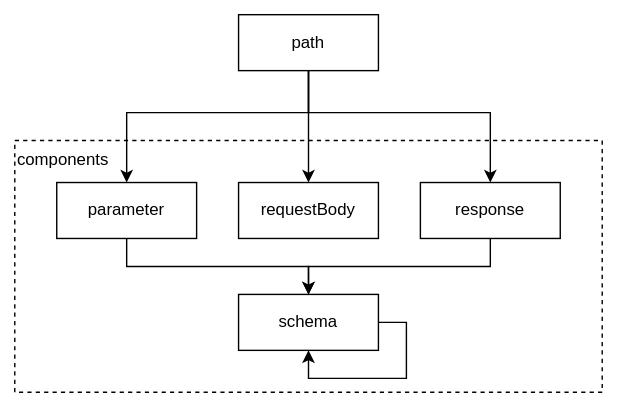
Before: .gitbook/assets/b19ecbe3-ea60-45e6-80f1-42021243d8dd.drawio.svg, a diagram exported from draw.io (perrychan1/notebook). Source tidied: cells renumbered, new cells last; positions are measured from the earlier drawing's top-left corner, leaving out a move shared by most shapes. The source it was exported from:
```xml
<mxGraphModel>
  <root>
    <mxCell id="0" />
    <mxCell id="1" parent="0" />
    <mxCell id="2" style="rounded=0;whiteSpace=wrap;html=1;dashed=1;align=center;strokeColor=none;" parent="1" vertex="1">
      <mxGeometry width="440" height="290" as="geometry" />
    </mxCell>
    <mxCell id="3" value="components&amp;nbsp;" style="rounded=0;whiteSpace=wrap;html=1;align=left;verticalAlign=top;fillColor=none;dashed=1;" parent="1" vertex="1">
      <mxGeometry x="10" y="100" width="420" height="180" as="geometry" />
    </mxCell>
    <mxCell id="4" style="edgeStyle=orthogonalEdgeStyle;rounded=0;jettySize=auto;html=1;entryX=0.5;entryY=0;entryDx=0;entryDy=0;" parent="1" edge="1" source="5" target="13">
      <mxGeometry relative="1" as="geometry">
        <Array as="points">
          <mxPoint x="90" y="190" />
          <mxPoint x="220" y="190" />
        </Array>
      </mxGeometry>
    </mxCell>
    <mxCell id="5" value="parameter" style="rounded=0;whiteSpace=wrap;html=1;" parent="1" vertex="1">
      <mxGeometry x="40" y="130" width="100" height="40" as="geometry" />
    </mxCell>
    <mxCell id="6" style="edgeStyle=orthogonalEdgeStyle;rounded=0;jettySize=auto;html=1;entryX=0.5;entryY=0;entryDx=0;entryDy=0;" parent="1" edge="1" source="7" target="13">
      <mxGeometry relative="1" as="geometry">
        <Array as="points">
          <mxPoint x="350" y="190" />
          <mxPoint x="220" y="190" />
        </Array>
      </mxGeometry>
    </mxCell>
    <mxCell id="7" value="response" style="rounded=0;whiteSpace=wrap;html=1;" parent="1" vertex="1">
      <mxGeometry x="300" y="130" width="100" height="40" as="geometry" />
    </mxCell>
    <mxCell id="8" value="requestBody" style="rounded=0;whiteSpace=wrap;html=1;" parent="1" vertex="1">
      <mxGeometry x="170" y="130" width="100" height="40" as="geometry" />
    </mxCell>
    <mxCell id="9" style="edgeStyle=orthogonalEdgeStyle;rounded=0;jettySize=auto;html=1;entryX=0.5;entryY=0;entryDx=0;entryDy=0;" parent="1" edge="1" source="12" target="5">
      <mxGeometry relative="1" as="geometry">
        <Array as="points">
          <mxPoint x="220" y="80" />
          <mxPoint x="90" y="80" />
        </Array>
      </mxGeometry>
    </mxCell>
    <mxCell id="10" style="edgeStyle=orthogonalEdgeStyle;rounded=0;jettySize=auto;html=1;entryX=0.5;entryY=0;entryDx=0;entryDy=0;" parent="1" edge="1" source="12" target="8">
      <mxGeometry relative="1" as="geometry" />
    </mxCell>
    <mxCell id="11" style="edgeStyle=orthogonalEdgeStyle;rounded=0;jettySize=auto;html=1;entryX=0.5;entryY=0;entryDx=0;entryDy=0;" parent="1" edge="1" source="12" target="7">
      <mxGeometry relative="1" as="geometry">
        <Array as="points">
          <mxPoint x="220" y="80" />
          <mxPoint x="350" y="80" />
        </Array>
      </mxGeometry>
    </mxCell>
    <mxCell id="12" value="path" style="rounded=0;whiteSpace=wrap;html=1;" parent="1" vertex="1">
      <mxGeometry x="170" y="10" width="100" height="40" as="geometry" />
    </mxCell>
    <mxCell id="13" value="schema" style="rounded=0;whiteSpace=wrap;html=1;" parent="1" vertex="1">
      <mxGeometry x="170" y="210" width="100" height="40" as="geometry" />
    </mxCell>
    <mxCell id="14" style="edgeStyle=orthogonalEdgeStyle;rounded=0;orthogonalLoop=1;jettySize=auto;html=1;entryX=0.5;entryY=1;entryDx=0;entryDy=0;exitX=1;exitY=0.5;exitDx=0;exitDy=0;" parent="1" edge="1" source="13" target="13">
      <mxGeometry relative="1" as="geometry" />
    </mxCell>
  </root>
</mxGraphModel>
```
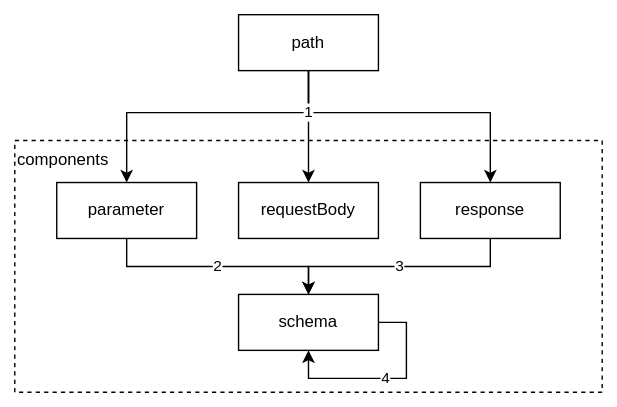
Above is the later version.

Commit message:
add numbuer to lines

What changed in the source:
```diff
@@ -8,7 +8,7 @@
     <mxCell id="3" value="components&amp;nbsp;" style="rounded=0;whiteSpace=wrap;html=1;align=left;verticalAlign=top;fillColor=none;dashed=1;" parent="1" vertex="1">
       <mxGeometry x="10" y="100" width="420" height="180" as="geometry" />
     </mxCell>
-    <mxCell id="4" style="edgeStyle=orthogonalEdgeStyle;rounded=0;jettySize=auto;html=1;entryX=0.5;entryY=0;entryDx=0;entryDy=0;" parent="1" edge="1" source="5" target="13">
+    <mxCell id="4" value="2" style="edgeStyle=orthogonalEdgeStyle;rounded=0;jettySize=auto;html=1;entryX=0.5;entryY=0;entryDx=0;entryDy=0;" parent="1" edge="1" source="5" target="13">
       <mxGeometry relative="1" as="geometry">
         <Array as="points">
           <mxPoint x="90" y="190" />
@@ -19,7 +19,7 @@
     <mxCell id="5" value="parameter" style="rounded=0;whiteSpace=wrap;html=1;" parent="1" vertex="1">
       <mxGeometry x="40" y="130" width="100" height="40" as="geometry" />
     </mxCell>
-    <mxCell id="6" style="edgeStyle=orthogonalEdgeStyle;rounded=0;jettySize=auto;html=1;entryX=0.5;entryY=0;entryDx=0;entryDy=0;" parent="1" edge="1" source="7" target="13">
+    <mxCell id="6" value="3" style="edgeStyle=orthogonalEdgeStyle;rounded=0;jettySize=auto;html=1;entryX=0.5;entryY=0;entryDx=0;entryDy=0;" parent="1" edge="1" source="7" target="13">
       <mxGeometry relative="1" as="geometry">
         <Array as="points">
           <mxPoint x="350" y="190" />
@@ -41,9 +41,6 @@
         </Array>
       </mxGeometry>
     </mxCell>
-    <mxCell id="10" style="edgeStyle=orthogonalEdgeStyle;rounded=0;jettySize=auto;html=1;entryX=0.5;entryY=0;entryDx=0;entryDy=0;" parent="1" edge="1" source="12" target="8">
-      <mxGeometry relative="1" as="geometry" />
-    </mxCell>
     <mxCell id="11" style="edgeStyle=orthogonalEdgeStyle;rounded=0;jettySize=auto;html=1;entryX=0.5;entryY=0;entryDx=0;entryDy=0;" parent="1" edge="1" source="12" target="7">
       <mxGeometry relative="1" as="geometry">
         <Array as="points">
@@ -58,8 +55,11 @@
     <mxCell id="13" value="schema" style="rounded=0;whiteSpace=wrap;html=1;" parent="1" vertex="1">
       <mxGeometry x="170" y="210" width="100" height="40" as="geometry" />
     </mxCell>
-    <mxCell id="14" style="edgeStyle=orthogonalEdgeStyle;rounded=0;orthogonalLoop=1;jettySize=auto;html=1;entryX=0.5;entryY=1;entryDx=0;entryDy=0;exitX=1;exitY=0.5;exitDx=0;exitDy=0;" parent="1" edge="1" source="13" target="13">
+    <mxCell id="14" value="4" style="edgeStyle=orthogonalEdgeStyle;rounded=0;orthogonalLoop=1;jettySize=auto;html=1;entryX=0.5;entryY=1;entryDx=0;entryDy=0;exitX=1;exitY=0.5;exitDx=0;exitDy=0;" parent="1" edge="1" source="13" target="13">
       <mxGeometry relative="1" as="geometry" />
     </mxCell>
+    <mxCell id="10" value="1" style="edgeStyle=orthogonalEdgeStyle;rounded=0;jettySize=auto;html=1;entryX=0.5;entryY=0;entryDx=0;entryDy=0;" parent="1" edge="1" source="12" target="8">
+      <mxGeometry x="-0.25" relative="1" as="geometry" />
+    </mxCell>
   </root>
 </mxGraphModel>
```
